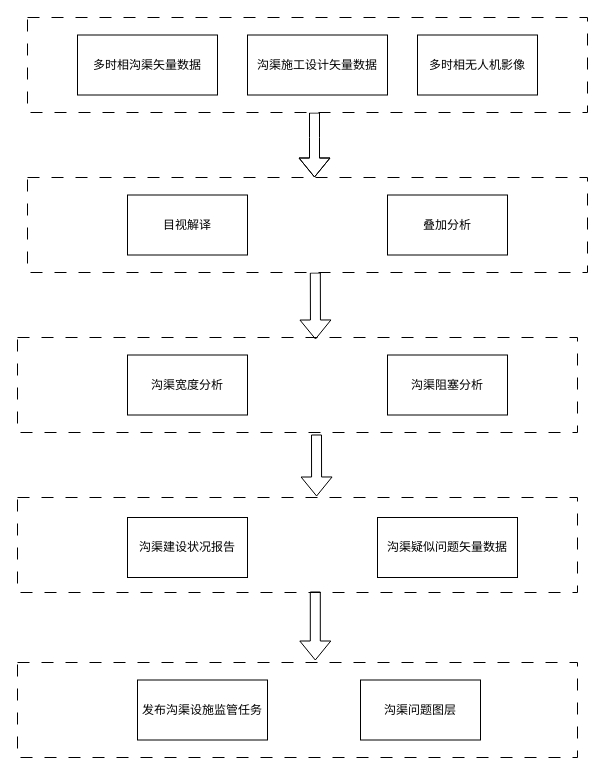
AhXianGL/draw.io keeps this draw.io diagram as 沟渠建设情况分析.drawio. Above is the earlier version. Source tidied: cells renumbered, new cells numbered last; positions are measured from the earlier drawing's top-left corner, leaving out a move shared by most shapes. Both pictures are drawn from the tidied source at 100%, with x=0, y=0 at pixel (17, 17).
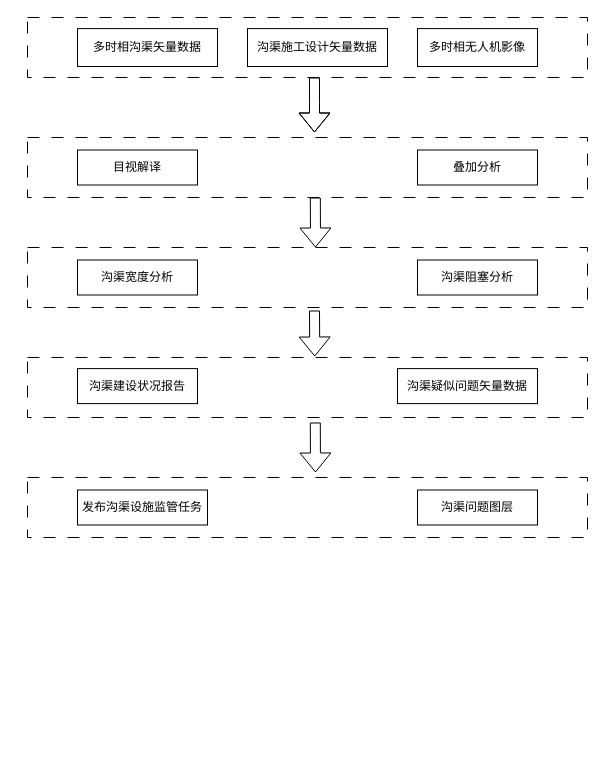
Above is the later version.

Commit message:
更新沟渠建设情况分析.drawio

Diff of the diagram source:
```diff
@@
     <mxCell id="2" style="rounded=0;whiteSpace=wrap;html=1;dashed=1;dashPattern=12 12;" parent="1" vertex="1">
-      <mxGeometry y="320" width="560" height="95" as="geometry" />
+      <mxGeometry x="10" y="230" width="560" height="60" as="geometry" />
     </mxCell>
     <mxCell id="3" value="沟渠宽度分析" style="rounded=0;whiteSpace=wrap;html=1;" parent="1" vertex="1">
-      <mxGeometry x="110" y="337.5" width="120" height="60" as="geometry" />
+      <mxGeometry x="60" y="242.5" width="120" height="35" as="geometry" />
     </mxCell>
     <mxCell id="4" value="沟渠阻塞分析" style="rounded=0;whiteSpace=wrap;html=1;" parent="1" vertex="1">
-      <mxGeometry x="370" y="337.5" width="120" height="60" as="geometry" />
+      <mxGeometry x="400" y="242.5" width="120" height="35" as="geometry" />
     </mxCell>
-    <mxCell id="5" style="shape=flexArrow;endArrow=classic;html=1;rounded=0;entryX=0.5;entryY=0;entryDx=0;entryDy=0;" parent="1" edge="1">
+    <mxCell id="5" style="shape=flexArrow;endArrow=classic;html=1;rounded=0;" parent="1" edge="1">
       <mxGeometry relative="1" as="geometry">
-        <mxPoint x="297" y="95" as="sourcePoint" />
-        <mxPoint x="297" y="160" as="targetPoint" />
+        <mxPoint x="297" y="60" as="sourcePoint" />
+        <mxPoint x="297" y="115" as="targetPoint" />
         <Array as="points">
-          <mxPoint x="297" y="120" />
+          <mxPoint x="297" y="85" />
         </Array>
       </mxGeometry>
     </mxCell>
-    <mxCell id="6" style="shape=flexArrow;endArrow=classic;html=1;rounded=0;entryX=0.516;entryY=0.021;entryDx=0;entryDy=0;entryPerimeter=0;exitX=0.514;exitY=1;exitDx=0;exitDy=0;exitPerimeter=0;" parent="1" edge="1" source="22">
+    <mxCell id="6" style="shape=flexArrow;endArrow=classic;html=1;rounded=0;exitX=0.514;exitY=1;exitDx=0;exitDy=0;exitPerimeter=0;" parent="1" edge="1" source="22">
       <mxGeometry relative="1" as="geometry">
-        <mxPoint x="298" y="322" as="targetPoint" />
+        <mxPoint x="298" y="230" as="targetPoint" />
       </mxGeometry>
     </mxCell>
-    <mxCell id="7" style="shape=flexArrow;endArrow=classic;html=1;rounded=0;entryX=0.518;entryY=0.021;entryDx=0;entryDy=0;entryPerimeter=0;" parent="1" edge="1">
+    <mxCell id="7" style="shape=flexArrow;endArrow=classic;html=1;rounded=0;entryX=0.513;entryY=-0.067;entryDx=0;entryDy=0;entryPerimeter=0;" parent="1" edge="1">
       <mxGeometry relative="1" as="geometry">
-        <mxPoint x="299" y="417" as="sourcePoint" />
-        <mxPoint x="299.1" y="479" as="targetPoint" />
+        <mxPoint x="297" y="293" as="sourcePoint" />
+        <mxPoint x="297.3" y="339" as="targetPoint" />
       </mxGeometry>
     </mxCell>
     <mxCell id="8" style="group;" parent="1" vertex="1">
-      <mxGeometry y="480" width="560" height="95" as="geometry" />
+      <mxGeometry x="10" y="340" width="560" height="60" as="geometry" />
     </mxCell>
     <mxCell id="9" style="rounded=0;whiteSpace=wrap;html=1;dashed=1;dashPattern=12 12;" parent="8" vertex="1">
-      <mxGeometry width="560" height="95" as="geometry" />
+      <mxGeometry width="560" height="60" as="geometry" />
     </mxCell>
     <mxCell id="10" value="沟渠建设状况报告" style="rounded=0;whiteSpace=wrap;html=1;" parent="8" vertex="1">
-      <mxGeometry x="110" y="20" width="120" height="60" as="geometry" />
+      <mxGeometry x="50" y="11.1" width="120" height="35" as="geometry" />
     </mxCell>
     <mxCell id="11" value="沟渠疑似问题矢量数据" style="rounded=0;whiteSpace=wrap;html=1;" parent="8" vertex="1">
-      <mxGeometry x="360" y="20" width="140" height="60" as="geometry" />
+      <mxGeometry x="370" y="11.1" width="140" height="35" as="geometry" />
     </mxCell>
     <mxCell id="12" style="group;" parent="1" vertex="1">
-      <mxGeometry y="645" width="560" height="95" as="geometry" />
+      <mxGeometry x="10" y="460" width="560" height="60" as="geometry" />
     </mxCell>
     <mxCell id="13" style="rounded=0;whiteSpace=wrap;html=1;dashed=1;dashPattern=12 12;" parent="12" vertex="1">
-      <mxGeometry width="560" height="95" as="geometry" />
+      <mxGeometry width="560" height="60" as="geometry" />
     </mxCell>
     <mxCell id="14" value="发布沟渠设施监管任务" style="rounded=0;whiteSpace=wrap;html=1;" parent="12" vertex="1">
-      <mxGeometry x="120" y="17.5" width="130" height="60" as="geometry" />
+      <mxGeometry x="50" y="12.5" width="130" height="35" as="geometry" />
     </mxCell>
     <mxCell id="15" value="沟渠问题图层" style="rounded=0;whiteSpace=wrap;html=1;" parent="12" vertex="1">
-      <mxGeometry x="343" y="17.5" width="120" height="60" as="geometry" />
+      <mxGeometry x="390" y="12.5" width="120" height="35" as="geometry" />
     </mxCell>
     <mxCell id="16" style="group;" parent="1" vertex="1">
-      <mxGeometry x="10" width="560" height="95" as="geometry" />
+      <mxGeometry x="10" width="560" height="60" as="geometry" />
     </mxCell>
     <mxCell id="17" style="rounded=0;whiteSpace=wrap;html=1;dashed=1;dashPattern=12 12;" parent="16" vertex="1">
-      <mxGeometry width="560" height="95" as="geometry" />
+      <mxGeometry width="560" height="60" as="geometry" />
     </mxCell>
     <mxCell id="18" value="多时相无人机影像" style="rounded=0;whiteSpace=wrap;html=1;" parent="16" vertex="1">
-      <mxGeometry x="390" y="17.5" width="120" height="60" as="geometry" />
+      <mxGeometry x="390" y="11.1" width="120" height="37.9" as="geometry" />
     </mxCell>
     <mxCell id="19" value="沟渠施工设计矢量数据" style="rounded=0;whiteSpace=wrap;html=1;" parent="16" vertex="1">
-      <mxGeometry x="220" y="17.5" width="140" height="60" as="geometry" />
+      <mxGeometry x="220" y="11.1" width="140" height="37.9" as="geometry" />
     </mxCell>
     <mxCell id="20" value="多时相沟渠矢量数据" style="rounded=0;whiteSpace=wrap;html=1;" parent="16" vertex="1">
-      <mxGeometry x="50" y="17.5" width="140" height="60" as="geometry" />
+      <mxGeometry x="50" y="11.1" width="140" height="37.9" as="geometry" />
     </mxCell>
     <mxCell id="21" style="group;" parent="1" vertex="1">
-      <mxGeometry x="10" y="160" width="560" height="95" as="geometry" />
+      <mxGeometry x="10" y="120" width="560" height="60" as="geometry" />
     </mxCell>
     <mxCell id="22" style="rounded=0;whiteSpace=wrap;html=1;dashed=1;dashPattern=12 12;" parent="21" vertex="1">
-      <mxGeometry width="560" height="95" as="geometry" />
+      <mxGeometry width="560" height="60" as="geometry" />
     </mxCell>
     <mxCell id="23" value="目视解译" style="rounded=0;whiteSpace=wrap;html=1;" parent="21" vertex="1">
-      <mxGeometry x="100" y="17.5" width="120" height="60" as="geometry" />
+      <mxGeometry x="50" y="12.5" width="120" height="35" as="geometry" />
     </mxCell>
     <mxCell id="24" value="叠加分析" style="rounded=0;whiteSpace=wrap;html=1;" parent="21" vertex="1">
-      <mxGeometry x="360" y="17.5" width="120" height="60" as="geometry" />
+      <mxGeometry x="390" y="12.5" width="120" height="35" as="geometry" />
     </mxCell>
-    <mxCell id="25" style="shape=flexArrow;endArrow=classic;html=1;rounded=0;exitX=0.514;exitY=0.989;exitDx=0;exitDy=0;exitPerimeter=0;entryX=0.514;entryY=-0.021;entryDx=0;entryDy=0;entryPerimeter=0;" parent="1" edge="1">
+    <mxCell id="25" style="shape=flexArrow;endArrow=classic;html=1;rounded=0;exitX=0.514;exitY=0.989;exitDx=0;exitDy=0;exitPerimeter=0;" parent="1" edge="1">
       <mxGeometry relative="1" as="geometry">
-        <mxPoint x="297.8" y="574" as="sourcePoint" />
-        <mxPoint x="297.8" y="643" as="targetPoint" />
+        <mxPoint x="297.8" y="405" as="sourcePoint" />
+        <mxPoint x="298" y="455" as="targetPoint" />
       </mxGeometry>
     </mxCell>
```
